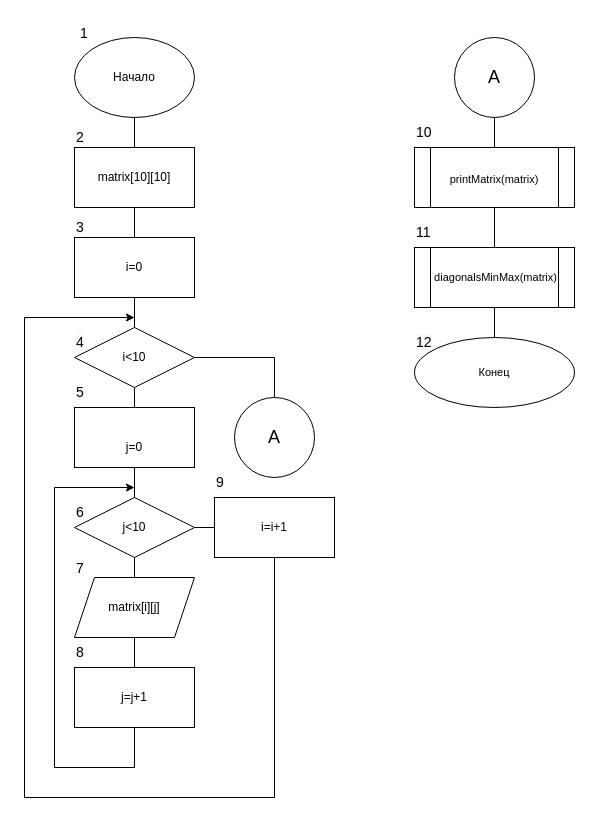
Before: page "Page-1" (1 of 3) of Untitled Diagram.drawio in Maquim4/repository_for_challenge, a draw.io diagram. Source tidied: cells renumbered, new cells numbered last; positions are measured from the earlier drawing's top-left corner, leaving out a move shared by most shapes. Both pictures are drawn from the tidied source at 100%, with x=0, y=0 at pixel (24, 17).
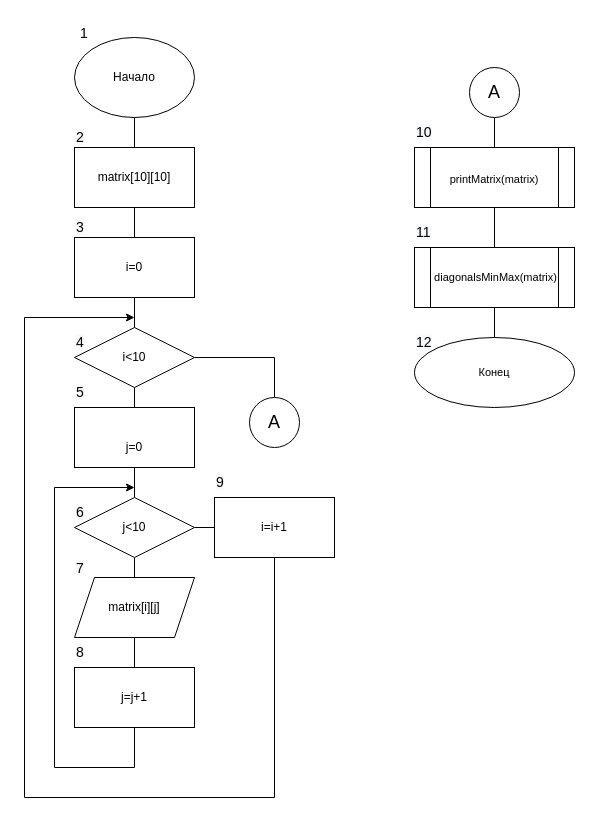
Above is the later version.

The change refers to these unchanged cells:
```xml
<mxCell id="10" value="i&amp;lt;10" style="rhombus;whiteSpace=wrap;html=1;" parent="1" vertex="1">
  <mxGeometry x="50" y="310" width="120" height="60" as="geometry" />
</mxCell>
<mxCell id="27" value="&lt;font style=&quot;font-size: 11px;&quot;&gt;printMatrix(matrix)&lt;/font&gt;" style="shape=process;whiteSpace=wrap;html=1;backgroundOutline=1;fontSize=18;" parent="1" vertex="1">
  <mxGeometry x="390" y="130" width="160" height="60" as="geometry" />
</mxCell>
```

What changed in the source:
```diff
@@
-    <mxCell id="24" style="endArrow=none;html=1;rounded=0;exitX=1;exitY=0.5;exitDx=0;exitDy=0;entryX=0.5;entryY=0;entryDx=0;entryDy=0;" parent="1" edge="1" source="10" target="25">
+    <mxCell id="24" style="endArrow=none;html=1;rounded=0;exitX=1;exitY=0.5;exitDx=0;exitDy=0;entryX=0.5;entryY=0;entryDx=0;entryDy=0;" parent="1" edge="1" source="10">
       <mxGeometry relative="1" as="geometry">
+        <mxPoint x="250" y="380" as="targetPoint" />
         <Array as="points">
           <mxPoint x="250" y="340" />
         </Array>
       </mxGeometry>
     </mxCell>
-    <mxCell id="25" value="&lt;font style=&quot;font-size: 18px;&quot;&gt;A&lt;/font&gt;" style="ellipse;whiteSpace=wrap;html=1;" parent="1" vertex="1">
-      <mxGeometry x="210" y="380" width="80" height="80" as="geometry" />
-    </mxCell>
-    <mxCell id="26" value="A" style="ellipse;whiteSpace=wrap;html=1;fontSize=18;" parent="1" vertex="1">
-      <mxGeometry x="430" y="20" width="80" height="80" as="geometry" />
-    </mxCell>
@@
-    <mxCell id="29" style="endArrow=none;html=1;rounded=0;fontSize=11;exitX=0.5;exitY=1;exitDx=0;exitDy=0;entryX=0.5;entryY=0;entryDx=0;entryDy=0;" parent="1" edge="1" source="26" target="27">
-      <mxGeometry relative="1" as="geometry" />
+    <mxCell id="29" style="endArrow=none;html=1;rounded=0;fontSize=11;exitX=0.5;exitY=1;exitDx=0;exitDy=0;entryX=0.5;entryY=0;entryDx=0;entryDy=0;" parent="1" edge="1" target="27">
+      <mxGeometry relative="1" as="geometry">
+        <mxPoint x="470" y="100" as="sourcePoint" />
+      </mxGeometry>
     </mxCell>
@@
+    <mxCell id="45" value="&lt;font style=&quot;font-size: 18px;&quot;&gt;A&lt;/font&gt;" style="ellipse;whiteSpace=wrap;html=1;" parent="1" vertex="1">
+      <mxGeometry x="225" y="380" width="50" height="50" as="geometry" />
+    </mxCell>
+    <mxCell id="46" value="&lt;font style=&quot;font-size: 18px;&quot;&gt;A&lt;/font&gt;" style="ellipse;whiteSpace=wrap;html=1;" parent="1" vertex="1">
+      <mxGeometry x="445" y="50" width="50" height="50" as="geometry" />
+    </mxCell>
```
